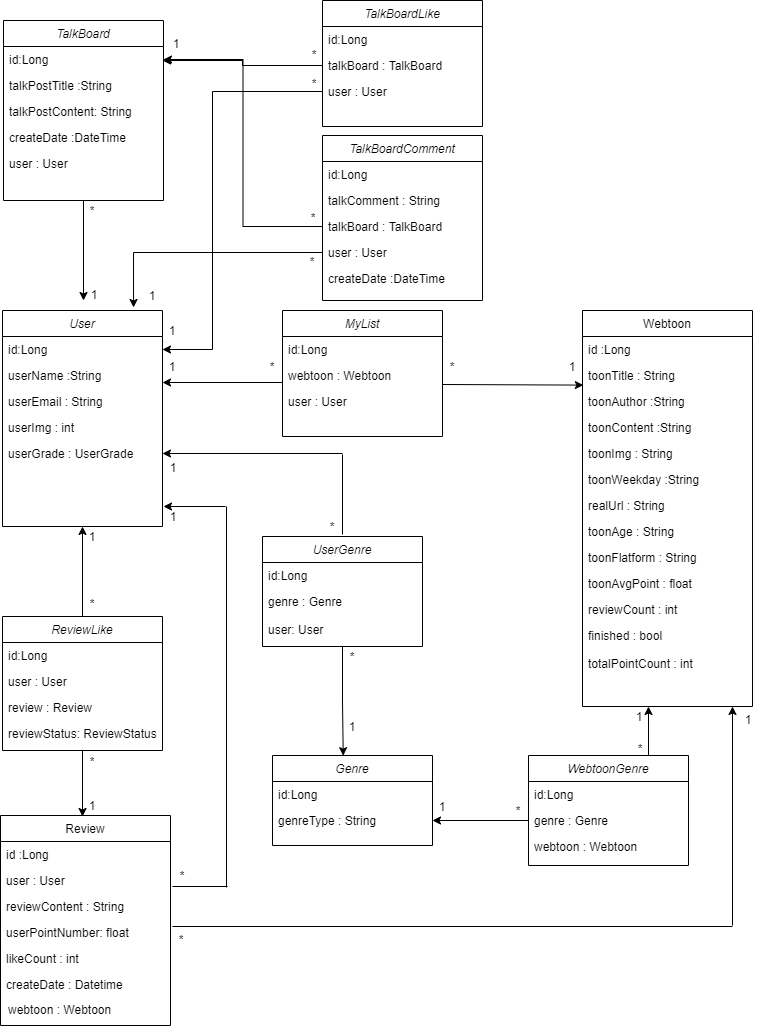
This is webtooniverse Diagram.png from yeonnwoo/Webtooni_server, a draw.io export, as it was before one commit. Source tidied: cells renumbered, new cells last; positions are measured from the earlier drawing's top-left corner, leaving out a move shared by most shapes.
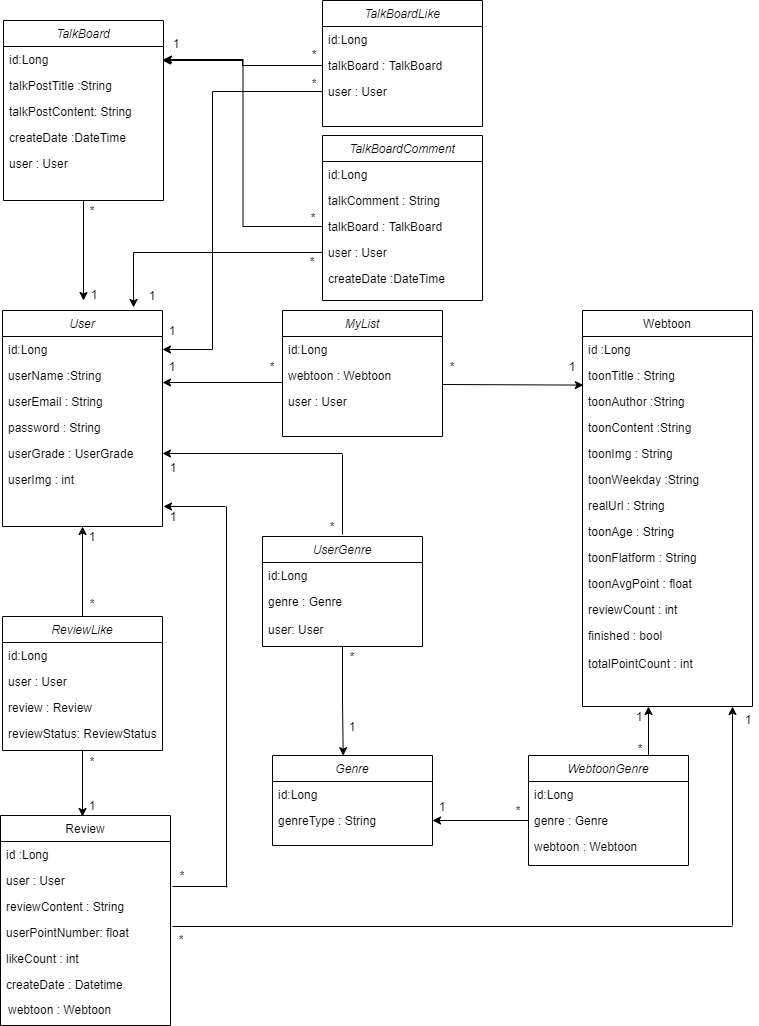
After the commit.

What changed in the source:
```diff
@@ -14,12 +14,15 @@
     <mxCell id="5" value="userEmail : String" style="text;align=left;verticalAlign=top;spacingLeft=4;spacingRight=4;overflow=hidden;rounded=0;shadow=0;html=0;" parent="2" vertex="1">
       <mxGeometry y="78" width="160" height="26" as="geometry" />
     </mxCell>
-    <mxCell id="6" value="userImg : int" style="text;align=left;verticalAlign=top;spacingLeft=4;spacingRight=4;overflow=hidden;rounded=0;shadow=0;html=0;" parent="2" vertex="1">
+    <mxCell id="6" value="password : String" style="text;align=left;verticalAlign=top;spacingLeft=4;spacingRight=4;overflow=hidden;rounded=0;shadow=0;html=0;" parent="2" vertex="1">
       <mxGeometry y="104" width="160" height="26" as="geometry" />
     </mxCell>
     <mxCell id="7" value="userGrade : UserGrade" style="text;align=left;verticalAlign=top;spacingLeft=4;spacingRight=4;overflow=hidden;points=[[0,0.5],[1,0.5]];portConstraint=eastwest;rounded=0;shadow=0;html=0;" parent="2" vertex="1">
       <mxGeometry y="130" width="160" height="26" as="geometry" />
     </mxCell>
+    <mxCell id="114" value="userImg : int" style="text;align=left;verticalAlign=top;spacingLeft=4;spacingRight=4;overflow=hidden;rounded=0;shadow=0;html=0;" parent="2" vertex="1">
+      <mxGeometry y="156" width="160" height="26" as="geometry" />
+    </mxCell>
     <mxCell id="8" value="Webtoon" style="swimlane;fontStyle=0;align=center;verticalAlign=top;horizontal=1;startSize=26;rounded=0;shadow=0;strokeWidth=1;" parent="1" vertex="1">
       <mxGeometry x="582" y="310" width="170" height="396" as="geometry" />
     </mxCell>
```
